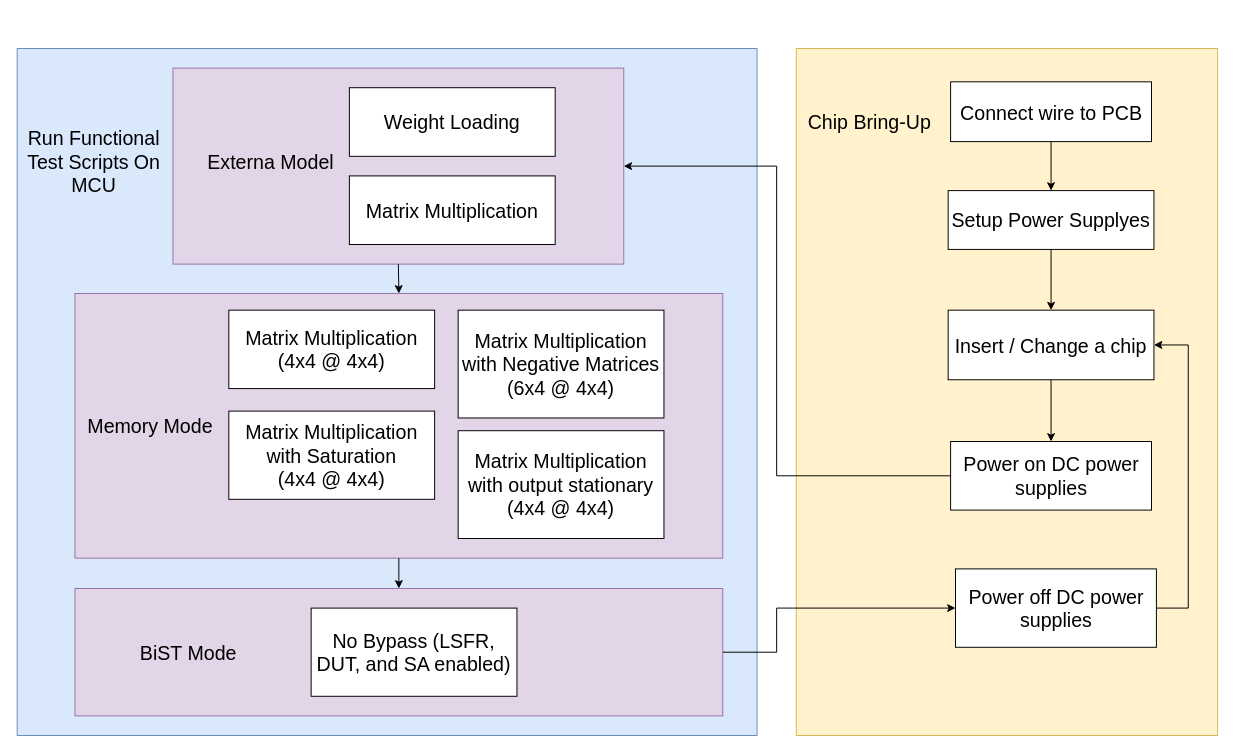
Before: page "Functional Test Framework" (1 of 3) of lecture/images/presentation_diagrams.drawio in 1102131860/Validation_Chip_Characteristics, a draw.io diagram. Source tidied: cells renumbered, new cells numbered last; positions are measured from the earlier drawing's top-left corner, leaving out a move shared by most shapes. Both pictures are drawn from the tidied source at 98%, with x=0, y=0 at pixel (17, 48).
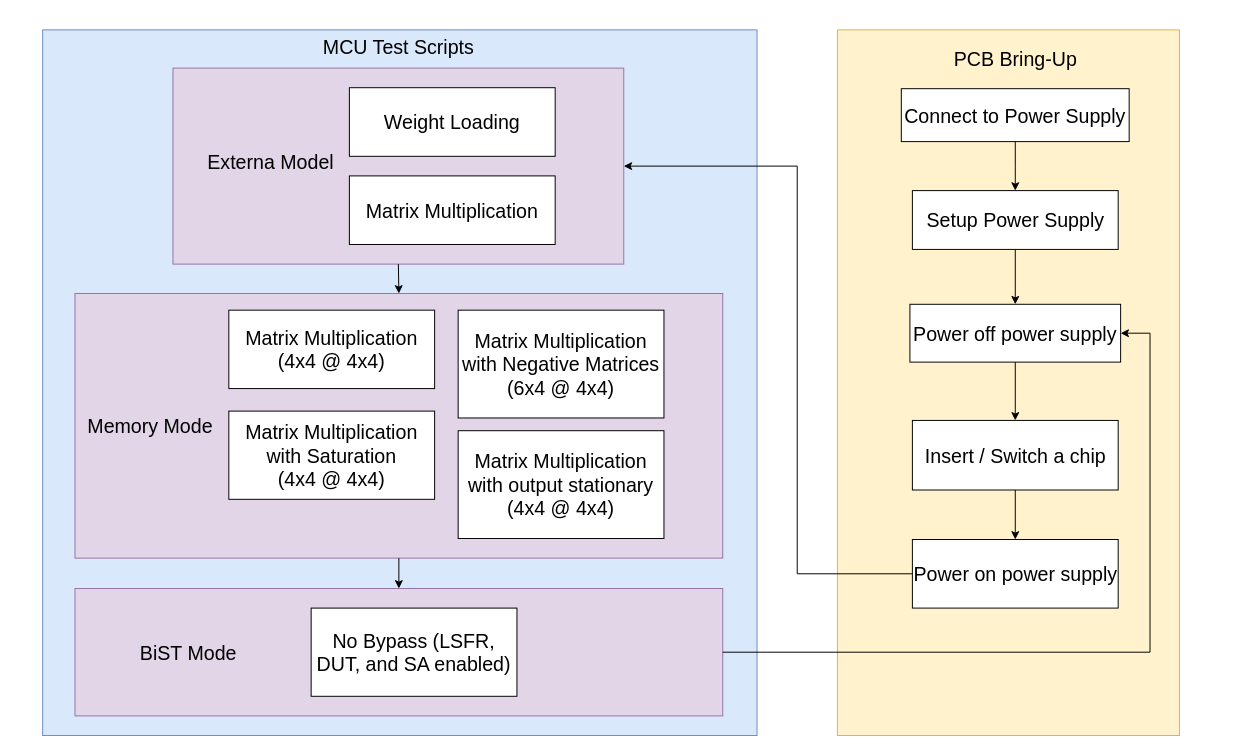
Above is the later version.

The change refers to these unchanged cells:
```xml
<mxCell id="4" style="rounded=0;whiteSpace=wrap;html=1;fontSize=20;fillColor=#e1d5e7;strokeColor=#9673a6;" parent="1" vertex="1">
  <mxGeometry x="59" y="551" width="661" height="130" as="geometry" />
</mxCell>
<mxCell id="6" style="rounded=0;whiteSpace=wrap;html=1;fontSize=20;fillColor=#e1d5e7;strokeColor=#9673a6;" parent="1" vertex="1">
  <mxGeometry x="159" y="20" width="460" height="200" as="geometry" />
</mxCell>
```

What changed in the source:
```diff
@@
     <mxCell id="2" style="rounded=0;whiteSpace=wrap;html=1;fillColor=#fff2cc;strokeColor=#d6b656;" parent="1" vertex="1">
-      <mxGeometry x="795" width="430" height="701" as="geometry" />
+      <mxGeometry x="837" y="-19" width="349" height="720" as="geometry" />
     </mxCell>
     <mxCell id="3" style="rounded=0;whiteSpace=wrap;html=1;fontSize=20;fillColor=#dae8fc;strokeColor=#6c8ebf;" parent="1" vertex="1">
-      <mxGeometry width="755" height="701" as="geometry" />
+      <mxGeometry x="26" y="-19" width="729" height="720" as="geometry" />
     </mxCell>
@@
-    <mxCell id="14" value="&lt;span&gt;Power off DC power supplies&lt;/span&gt;" style="rounded=0;whiteSpace=wrap;html=1;fontSize=20;" parent="1" vertex="1">
-      <mxGeometry x="957.5" y="531" width="205" height="80" as="geometry" />
-    </mxCell>
@@
-    <mxCell id="18" value="&lt;font&gt;Run Functional Test Scripts On MCU&lt;/font&gt;" style="text;html=1;whiteSpace=wrap;strokeColor=none;fillColor=none;align=center;verticalAlign=middle;rounded=0;fontSize=20;" parent="1" vertex="1">
-      <mxGeometry x="6" y="85" width="145" height="60" as="geometry" />
-    </mxCell>
-    <mxCell id="19" value="&lt;font style=&quot;font-size: 20px;&quot;&gt;Chip Bring-Up&lt;/font&gt;" style="text;html=1;whiteSpace=wrap;strokeColor=none;fillColor=none;align=center;verticalAlign=middle;rounded=0;" parent="1" vertex="1">
-      <mxGeometry x="790" y="55" width="160" height="40" as="geometry" />
-    </mxCell>
@@
-    <mxCell id="21" value="&lt;font style=&quot;font-size: 20px;&quot;&gt;Insert / Change a chip&lt;/font&gt;" style="rounded=0;whiteSpace=wrap;html=1;" parent="1" vertex="1">
-      <mxGeometry x="950" y="267" width="210" height="71" as="geometry" />
+    <mxCell id="21" value="&lt;font style=&quot;font-size: 20px;&quot;&gt;Insert / Switch a chip&lt;/font&gt;" style="rounded=0;whiteSpace=wrap;html=1;" parent="1" vertex="1">
+      <mxGeometry x="913.5" y="379.5" width="210" height="71" as="geometry" />
     </mxCell>
-    <mxCell id="22" style="edgeStyle=orthogonalEdgeStyle;rounded=0;jettySize=auto;html=1;" parent="1" edge="1" source="23" target="21">
-      <mxGeometry relative="1" as="geometry" />
-    </mxCell>
+    <mxCell id="32" style="edgeStyle=orthogonalEdgeStyle;rounded=0;jettySize=auto;html=1;" parent="1" edge="1" source="23" target="34">
+      <mxGeometry relative="1" as="geometry" />
+    </mxCell>
-    <mxCell id="23" value="&lt;font style=&quot;font-size: 20px;&quot;&gt;Setup Power Supplyes&lt;/font&gt;" style="rounded=0;whiteSpace=wrap;html=1;" parent="1" vertex="1">
-      <mxGeometry x="950" y="145" width="210" height="60" as="geometry" />
+    <mxCell id="23" value="&lt;font style=&quot;font-size: 20px;&quot;&gt;Setup Power Supply&lt;/font&gt;" style="rounded=0;whiteSpace=wrap;html=1;" parent="1" vertex="1">
+      <mxGeometry x="913.5" y="145" width="210" height="60" as="geometry" />
     </mxCell>
@@
-    <mxCell id="25" value="&lt;font style=&quot;font-size: 20px;&quot;&gt;Connect wire to PCB&lt;/font&gt;" style="rounded=0;whiteSpace=wrap;html=1;" parent="1" vertex="1">
-      <mxGeometry x="952.5" y="34" width="205" height="61" as="geometry" />
+    <mxCell id="25" value="&lt;font style=&quot;font-size: 20px;&quot;&gt;Connect to Power Supply&lt;/font&gt;" style="rounded=0;whiteSpace=wrap;html=1;" parent="1" vertex="1">
+      <mxGeometry x="902.2" y="41" width="232.5" height="54" as="geometry" />
     </mxCell>
-    <mxCell id="26" value="&lt;font style=&quot;font-size: 20px;&quot;&gt;Power on DC power supplies&lt;/font&gt;" style="rounded=0;whiteSpace=wrap;html=1;" parent="1" vertex="1">
-      <mxGeometry x="952.5" y="401" width="205" height="70" as="geometry" />
+    <mxCell id="26" value="&lt;font style=&quot;font-size: 20px;&quot;&gt;Power on power supply&lt;/font&gt;" style="rounded=0;whiteSpace=wrap;html=1;" parent="1" vertex="1">
+      <mxGeometry x="913.5" y="501" width="210" height="70" as="geometry" />
     </mxCell>
-    <mxCell id="27" style="endArrow=classic;html=1;rounded=0;entryX=1;entryY=0.5;entryDx=0;entryDy=0;exitX=0;exitY=0.5;exitDx=0;exitDy=0;edgeStyle=orthogonalEdgeStyle;" parent="1" edge="1" source="26" target="6">
-      <mxGeometry relative="1" as="geometry">
-        <Array as="points">
-          <mxPoint x="775" y="436" />
-          <mxPoint x="775" y="120" />
-        </Array>
-      </mxGeometry>
-    </mxCell>
@@
-    <mxCell id="30" style="endArrow=classic;html=1;rounded=0;exitX=1;exitY=0.5;exitDx=0;exitDy=0;entryX=0;entryY=0.5;entryDx=0;entryDy=0;edgeStyle=orthogonalEdgeStyle;" parent="1" edge="1" source="4" target="14">
-      <mxGeometry relative="1" as="geometry">
-        <Array as="points">
-          <mxPoint x="775" y="616" />
-          <mxPoint x="775" y="571" />
-        </Array>
-      </mxGeometry>
-    </mxCell>
-    <mxCell id="31" style="endArrow=classic;html=1;rounded=0;exitX=1;exitY=0.5;exitDx=0;exitDy=0;entryX=1;entryY=0.5;entryDx=0;entryDy=0;edgeStyle=orthogonalEdgeStyle;" parent="1" edge="1" source="14" target="21">
-      <mxGeometry relative="1" as="geometry">
-        <Array as="points">
-          <mxPoint x="1195" y="571" />
-          <mxPoint x="1195" y="303" />
-        </Array>
-      </mxGeometry>
-    </mxCell>
+    <mxCell id="33" style="edgeStyle=orthogonalEdgeStyle;rounded=0;jettySize=auto;html=1;" parent="1" edge="1" source="34" target="21">
+      <mxGeometry relative="1" as="geometry" />
+    </mxCell>
+    <mxCell id="34" value="&lt;span&gt;Power off power supply&lt;/span&gt;" style="rounded=0;whiteSpace=wrap;html=1;fontSize=20;" parent="1" vertex="1">
+      <mxGeometry x="911" y="261" width="215" height="59" as="geometry" />
+    </mxCell>
+    <mxCell id="27" style="endArrow=classic;html=1;rounded=0;exitX=0;exitY=0.5;exitDx=0;exitDy=0;entryX=1;entryY=0.5;entryDx=0;entryDy=0;edgeStyle=orthogonalEdgeStyle;" parent="1" edge="1" source="26" target="6">
+      <mxGeometry relative="1" as="geometry">
+        <Array as="points">
+          <mxPoint x="796" y="536" />
+          <mxPoint x="796" y="120" />
+        </Array>
+      </mxGeometry>
+    </mxCell>
+    <mxCell id="35" style="endArrow=classic;html=1;rounded=0;exitX=1;exitY=0.5;exitDx=0;exitDy=0;entryX=1;entryY=0.5;entryDx=0;entryDy=0;edgeStyle=orthogonalEdgeStyle;" parent="1" edge="1" source="4" target="34">
+      <mxGeometry relative="1" as="geometry">
+        <Array as="points">
+          <mxPoint x="1156" y="616" />
+          <mxPoint x="1156" y="291" />
+        </Array>
+      </mxGeometry>
+    </mxCell>
+    <mxCell id="36" value="&lt;font style=&quot;font-size: 20px;&quot;&gt;PCB Bring-Up&lt;/font&gt;" style="text;html=1;whiteSpace=wrap;strokeColor=none;fillColor=none;align=center;verticalAlign=middle;rounded=0;" parent="1" vertex="1">
+      <mxGeometry x="950.5" y="-9" width="136" height="37" as="geometry" />
+    </mxCell>
+    <mxCell id="37" value="&lt;font&gt;MCU Test Scripts&lt;/font&gt;" style="text;html=1;whiteSpace=wrap;strokeColor=none;fillColor=none;align=center;verticalAlign=middle;rounded=0;fontSize=20;" parent="1" vertex="1">
+      <mxGeometry x="305" y="-32" width="169" height="60" as="geometry" />
+    </mxCell>
```
